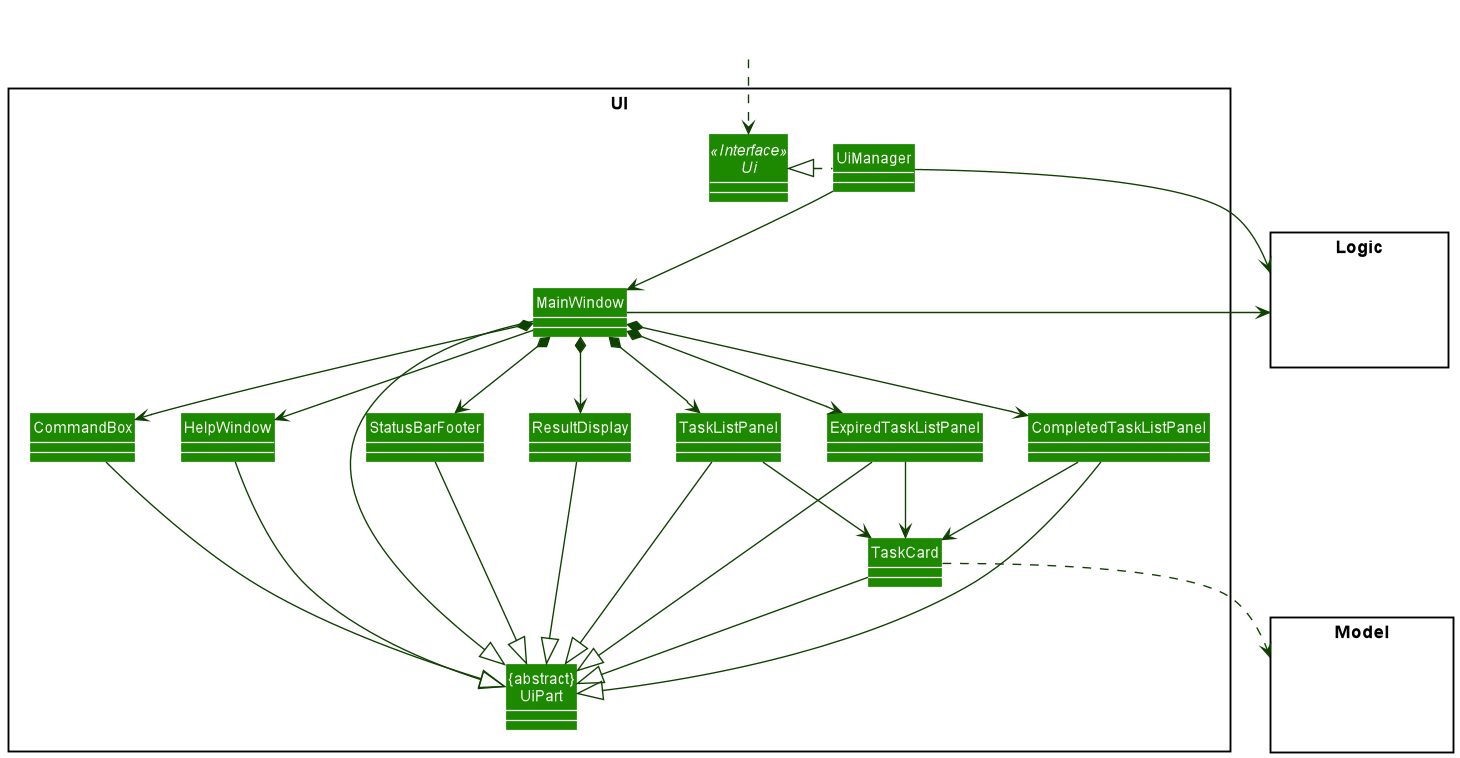
Before: docs/images/UiClassDiagram.png, a diagram exported from PlantUML (yingqi0607/tp).
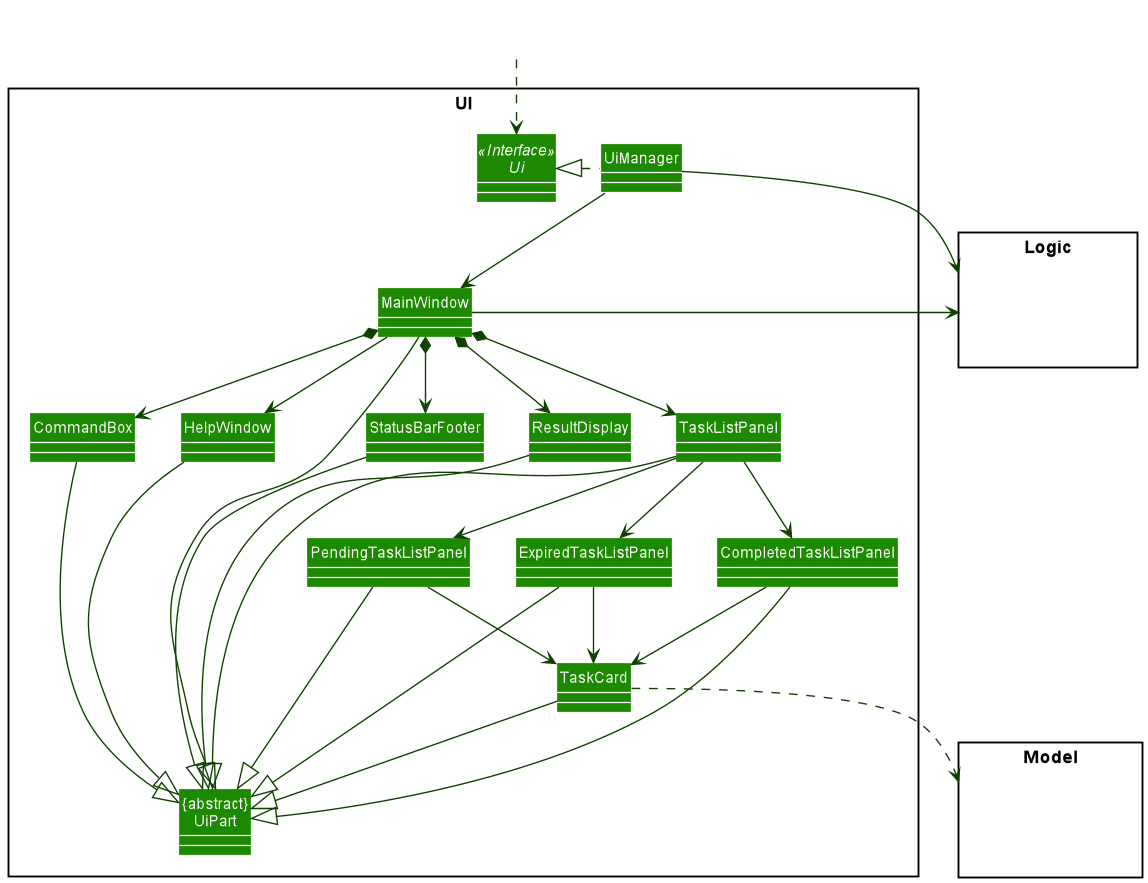
Above is the later version.

What changed in the source:
```diff
@@ -12,6 +12,7 @@
 Class HelpWindow
 Class ResultDisplay
 Class TaskListPanel
+Class PendingTaskListPanel
 Class ExpiredTaskListPanel
 Class CompletedTaskListPanel
 Class TaskCard
@@ -36,11 +37,12 @@
 MainWindow *-down-> CommandBox
 MainWindow *-down-> ResultDisplay
 MainWindow *-down-> TaskListPanel
-MainWindow *-down-> ExpiredTaskListPanel
-MainWindow *-down-> CompletedTaskListPanel
 MainWindow *-down-> StatusBarFooter
 
-TaskListPanel -down-> TaskCard
+TaskListPanel -down-> ExpiredTaskListPanel
+TaskListPanel -down-> PendingTaskListPanel
+TaskListPanel -down-> CompletedTaskListPanel
+PendingTaskListPanel -down-> TaskCard
 ExpiredTaskListPanel -down-> TaskCard
 CompletedTaskListPanel -down-> TaskCard
 
@@ -49,6 +51,7 @@
 ResultDisplay --|> UiPart
 CommandBox --|> UiPart
 TaskListPanel --|> UiPart
+PendingTaskListPanel --|> UiPart
 ExpiredTaskListPanel --|> UiPart
 CompletedTaskListPanel --|> UiPart
 TaskCard --|> UiPart
```
